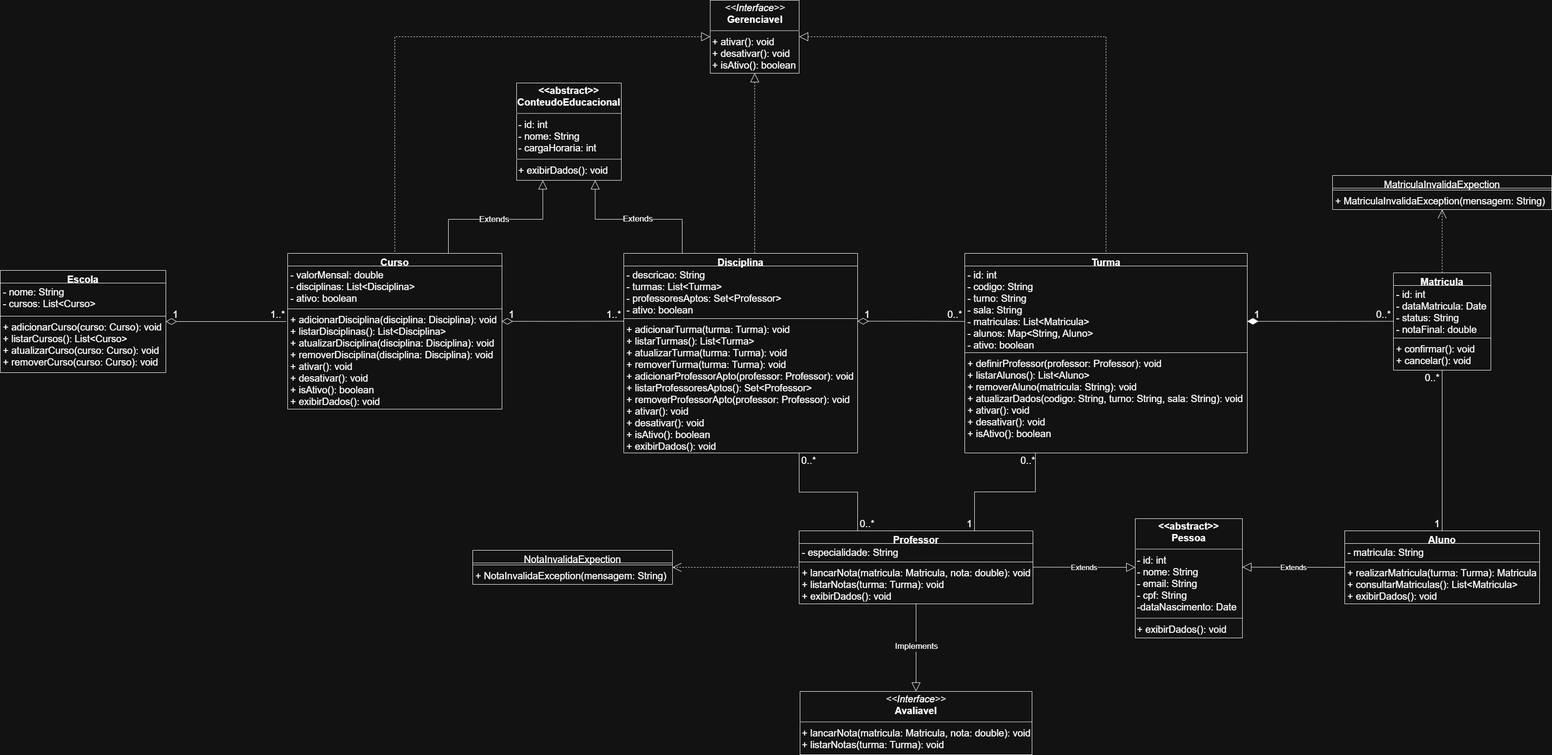
iago-melo01/trabalho-washington-POO keeps this draw.io diagram as projeto-equipe-escola/docs/diagrama-uml/v8/diagrama-v8-31-05.png. Above is the earlier version. Source tidied: cells renumbered, new cells last; positions are measured from the earlier drawing's top-left corner, leaving out a move shared by most shapes.
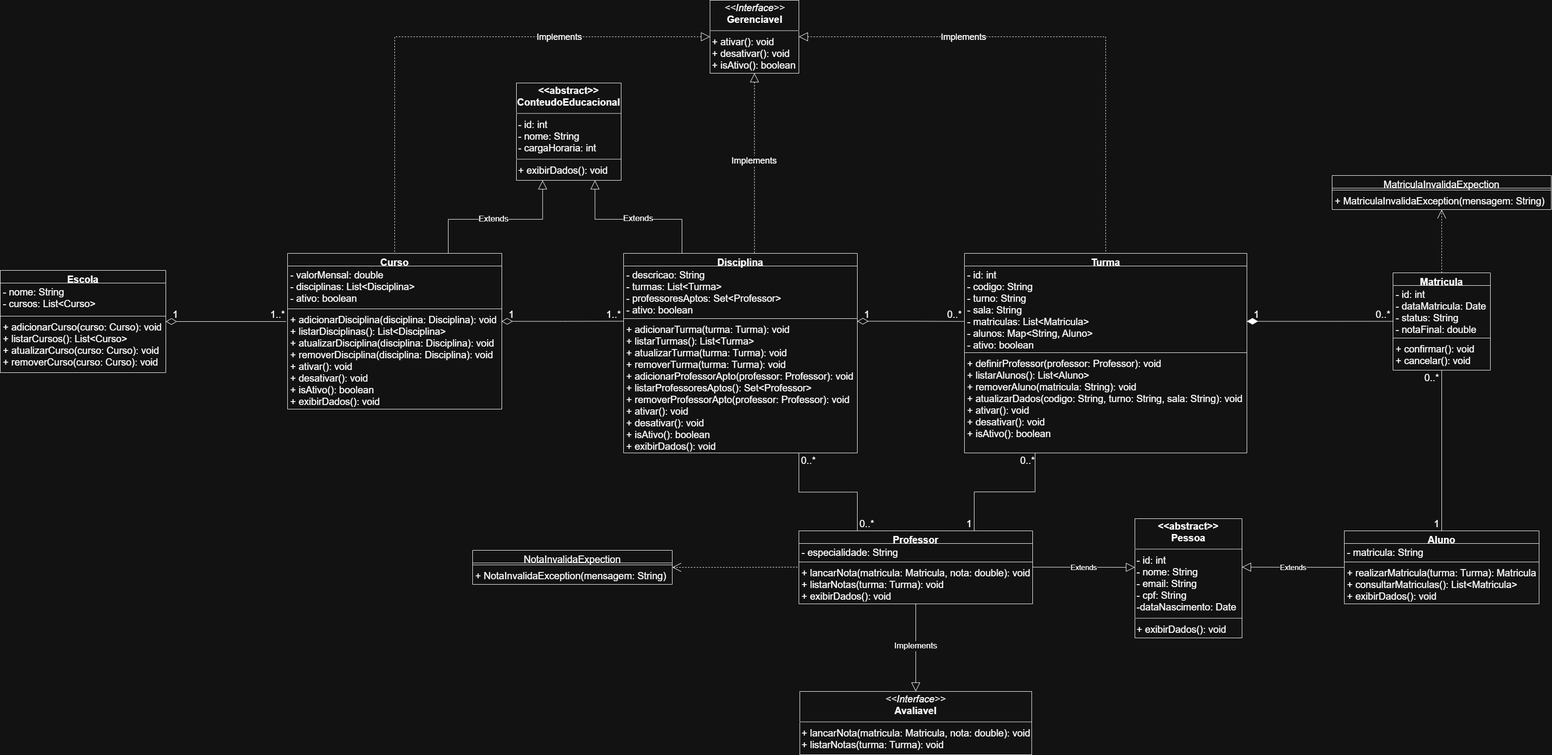
After the change.

Commit message:
Imagem corrigida

Change to the diagram source:
```diff
@@ -73,9 +73,17 @@
     <mxCell id="24" style="edgeStyle=orthogonalEdgeStyle;rounded=0;jettySize=auto;html=1;entryX=0.5;entryY=0;entryDx=0;entryDy=0;endArrow=none;endFill=0;startArrow=block;startFill=0;startSize=16;dashed=1;" parent="1" edge="1" source="26" target="9">
       <mxGeometry relative="1" as="geometry" />
     </mxCell>
+    <mxCell id="74" value="&lt;font style=&quot;font-size: 18px;&quot;&gt;Implements&lt;/font&gt;" style="edgeLabel;html=1;align=center;verticalAlign=middle;" parent="24" vertex="1">
+      <mxGeometry x="-0.43" y="-7" relative="1" as="geometry">
+        <mxPoint x="1" y="7" as="offset" />
+      </mxGeometry>
+    </mxCell>
     <mxCell id="25" style="edgeStyle=orthogonalEdgeStyle;rounded=0;jettySize=auto;html=1;entryX=0.5;entryY=0;entryDx=0;entryDy=0;endArrow=none;endFill=0;startArrow=block;startFill=0;startSize=16;dashed=1;" parent="1" edge="1" source="26" target="20">
       <mxGeometry relative="1" as="geometry" />
     </mxCell>
+    <mxCell id="75" value="&lt;font style=&quot;font-size: 18px;&quot;&gt;Implements&lt;/font&gt;" style="edgeLabel;html=1;align=center;verticalAlign=middle;" parent="25" vertex="1">
+      <mxGeometry x="-0.37" relative="1" as="geometry" />
+    </mxCell>
     <mxCell id="26" value="&lt;p style=&quot;margin:0px;margin-top:4px;text-align:center;&quot;&gt;&lt;i&gt;&amp;lt;&amp;lt;Interface&amp;gt;&amp;gt;&lt;/i&gt;&lt;br&gt;&lt;b&gt;Gerenciavel&lt;/b&gt;&lt;/p&gt;&lt;hr style=&quot;border-style:solid;&quot;&gt;&lt;p style=&quot;margin:0px;margin-left:4px;&quot;&gt;+ ativar(): void&lt;br&gt;+ desativar(): void&lt;br&gt;+ isAtivo(): boolean&lt;/p&gt;" style="verticalAlign=top;align=left;overflow=fill;html=1;whiteSpace=wrap;fontSize=20;" parent="1" vertex="1">
       <mxGeometry x="1457.5" width="182.5" height="150" as="geometry" />
     </mxCell>
@@ -188,6 +196,9 @@
     <mxCell id="59" style="edgeStyle=orthogonalEdgeStyle;rounded=0;jettySize=auto;html=1;entryX=0.56;entryY=0;entryDx=0;entryDy=0;entryPerimeter=0;endArrow=none;endFill=0;startArrow=block;startFill=0;startSize=16;dashed=1;" parent="1" edge="1" source="26" target="15">
       <mxGeometry relative="1" as="geometry" />
     </mxCell>
+    <mxCell id="76" value="&lt;font style=&quot;font-size: 18px;&quot;&gt;Implements&lt;/font&gt;" style="edgeLabel;html=1;align=center;verticalAlign=middle;" parent="59" vertex="1">
+      <mxGeometry x="-0.02" y="-1" relative="1" as="geometry" />
+    </mxCell>
     <mxCell id="60" value="1" style="text;html=1;whiteSpace=wrap;strokeColor=none;fillColor=none;align=center;verticalAlign=middle;rounded=0;fontSize=20;" parent="1" vertex="1">
       <mxGeometry x="330" y="630" width="60" height="30" as="geometry" />
     </mxCell>
```
